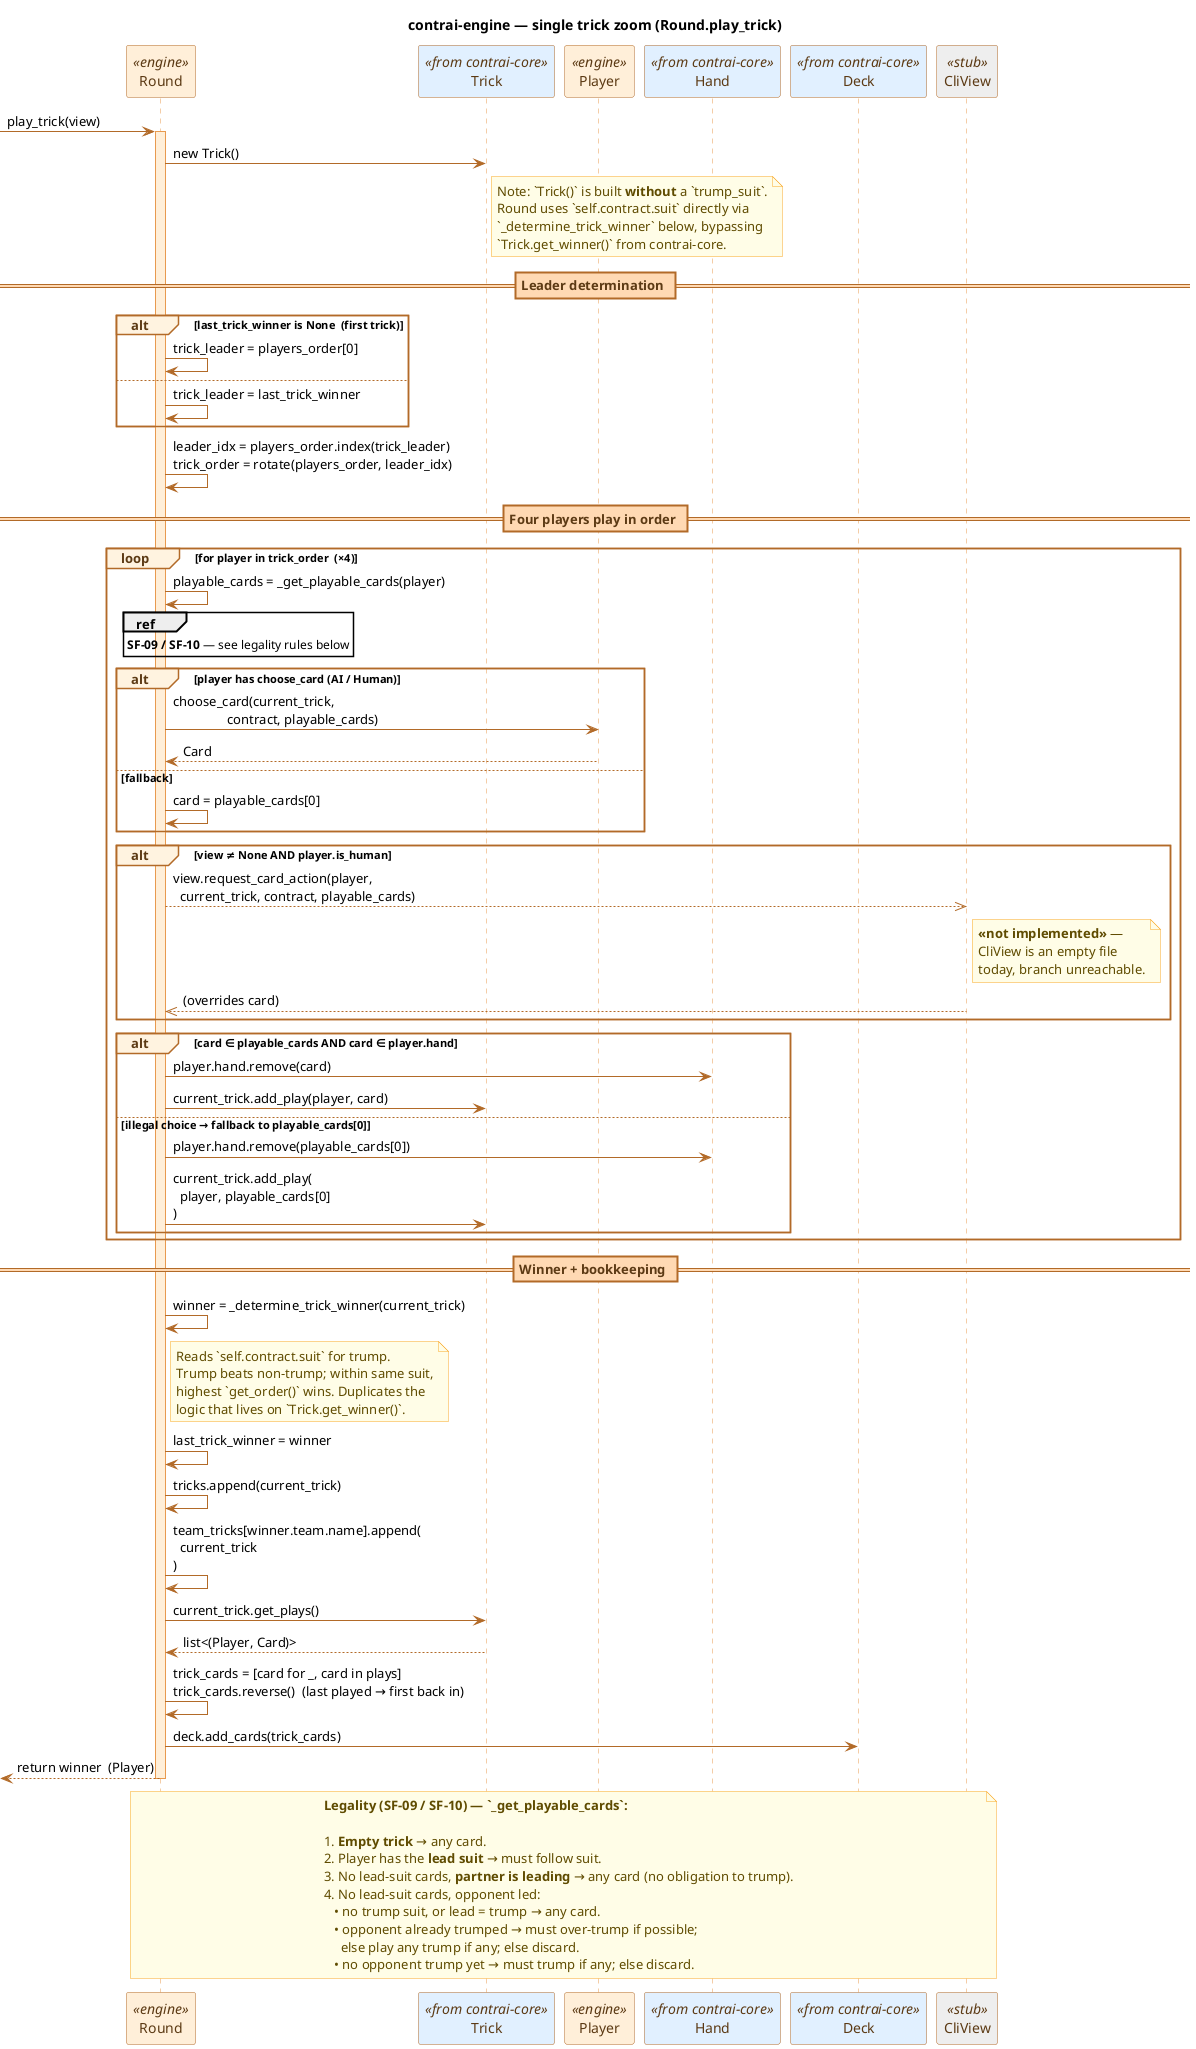
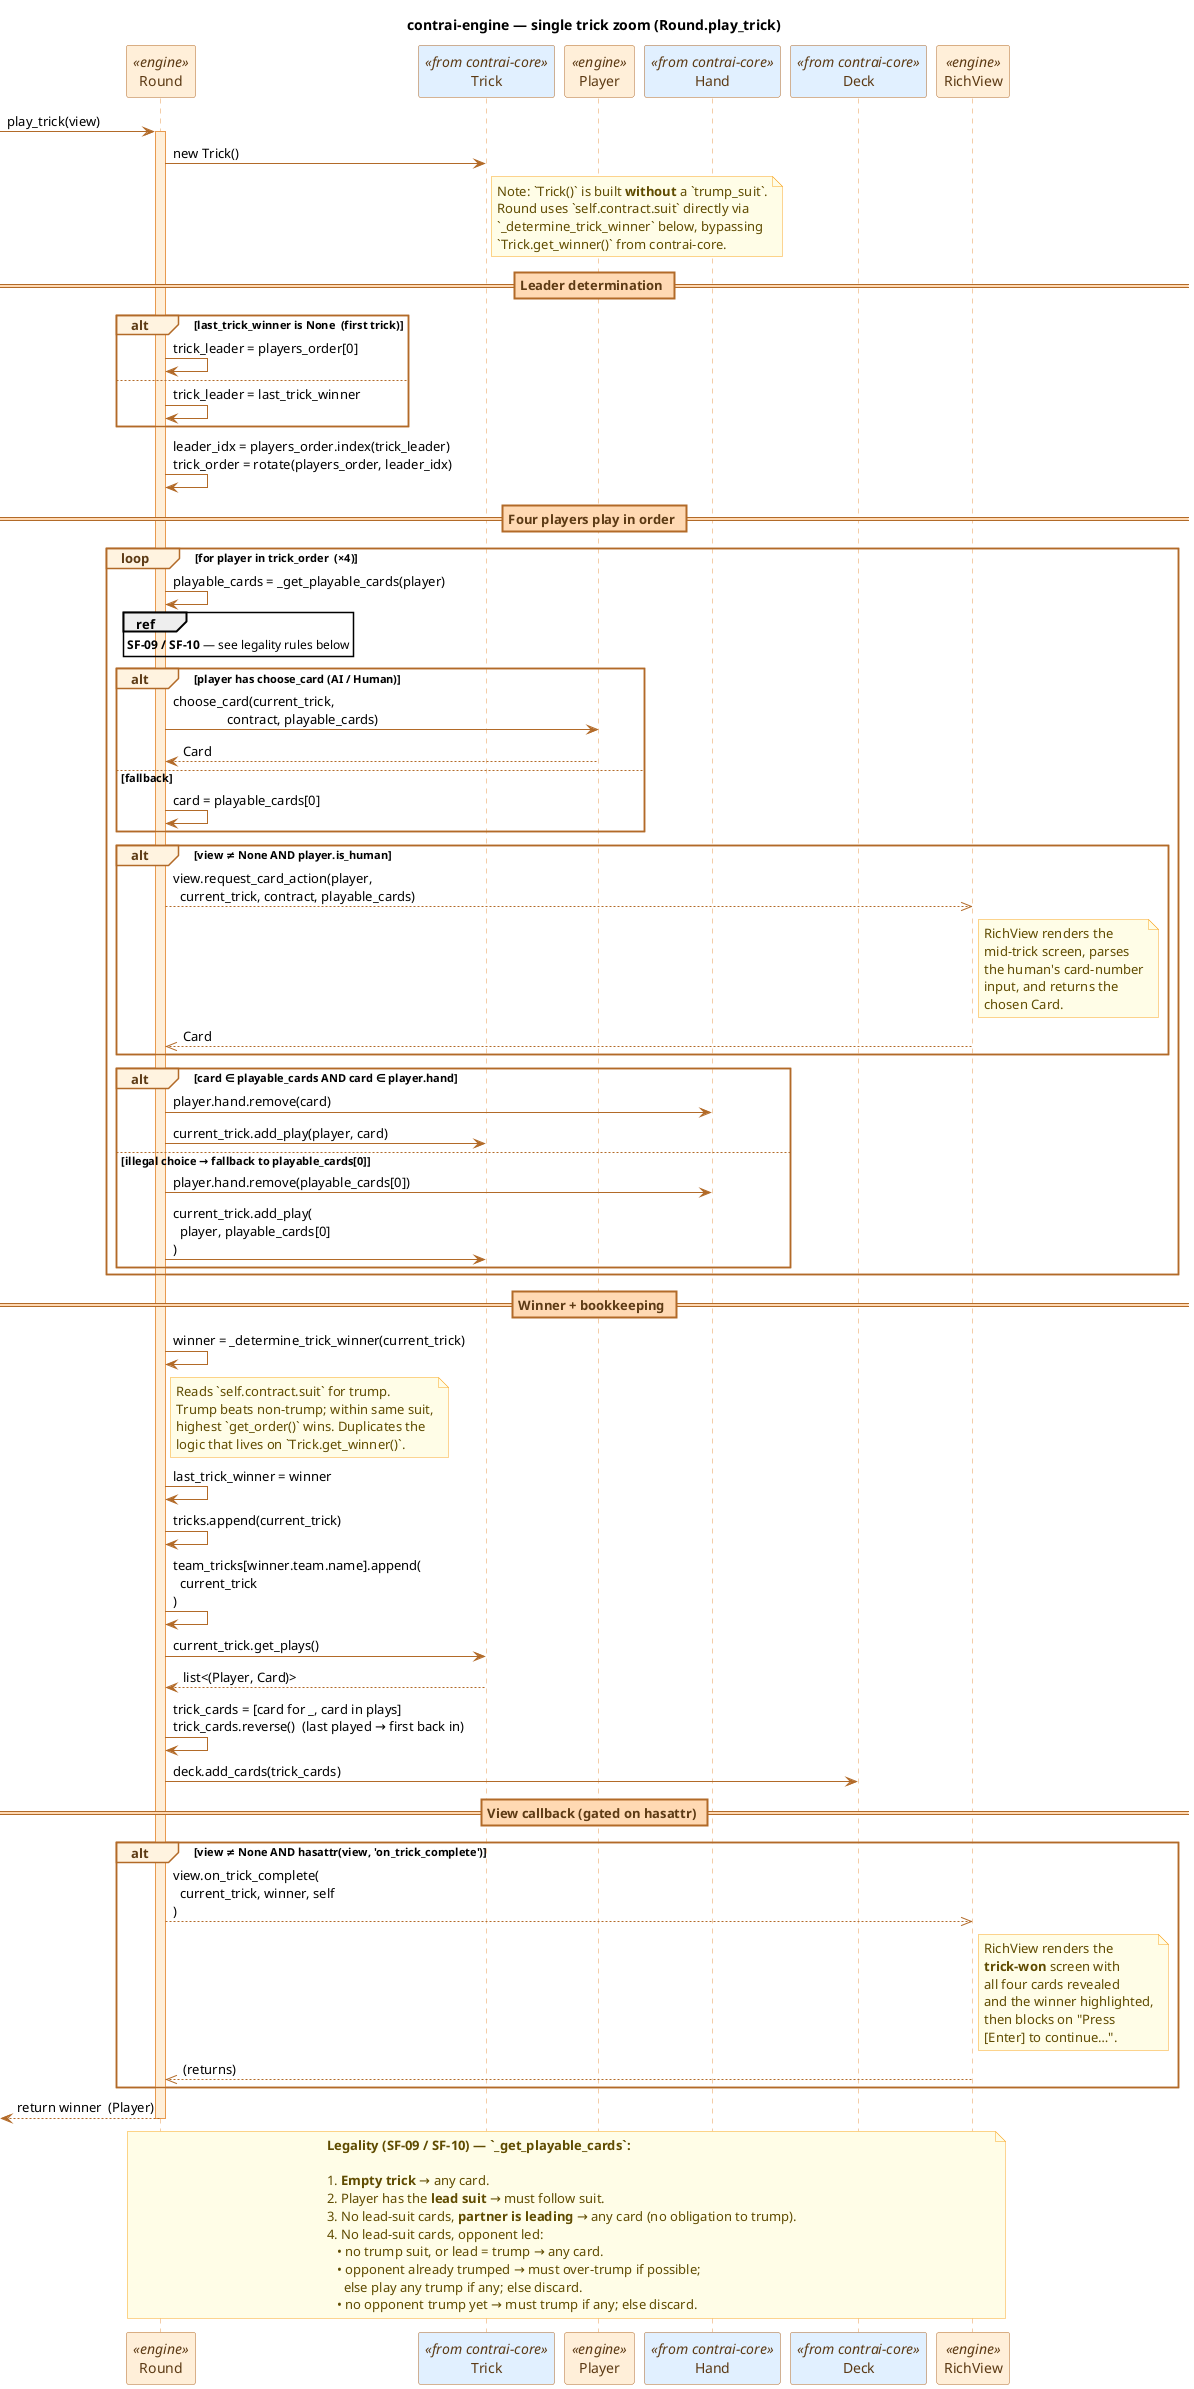
@startuml seq_trick
title contrai-engine — single trick zoom (Round.play_trick)

' --- Palette: engine orange, grey for stub paths, blue for core types ---
skinparam shadowing false
skinparam sequence {
    ArrowColor #B26A28
    LifeLineBorderColor #E89A4F
    LifeLineBackgroundColor #FFEFD9
    ParticipantBorderColor #B26A28
    ParticipantBackgroundColor #FFEFD9
    ParticipantFontColor #5C3A14
    ActorBorderColor #B26A28
    ActorBackgroundColor #FFEFD9
    ActorFontColor #5C3A14
    GroupBorderColor #B26A28
    GroupBackgroundColor #FFF3E0
    GroupHeaderFontColor #5C3A14
    BoxBorderColor #B26A28
    BoxBackgroundColor #FFF3E0
    DividerBorderColor #B26A28
    DividerBackgroundColor #FFD9B3
    DividerFontColor #5C3A14
}
skinparam note {
    BackgroundColor #FFFDE7
    BorderColor #F9A825
    FontColor #5F4B00
}

participant "Round" as R <<engine>>
participant "Trick" as T <<from contrai-core>> #E1F0FF
participant "Player" as P <<engine>>
participant "Hand" as H <<from contrai-core>> #E1F0FF
participant "Deck" as D <<from contrai-core>> #E1F0FF
- participant "CliView" as V <<stub>> #EEEEEE
+ participant "RichView" as V <<engine>>

[-> R : play_trick(view)
activate R

R -> T : new Trick()
note right of T
  Note: `Trick()` is built **without** a `trump_suit`.
  Round uses `self.contract.suit` directly via
  `_determine_trick_winner` below, bypassing
  `Trick.get_winner()` from contrai-core.
end note

== Leader determination ==

alt last_trick_winner is None  (first trick)
    R -> R : trick_leader = players_order[0]
else
    R -> R : trick_leader = last_trick_winner
end

R -> R : leader_idx = players_order.index(trick_leader)\ntrick_order = rotate(players_order, leader_idx)

== Four players play in order ==

loop **for player in trick_order**  (×4)

    R -> R : playable_cards = _get_playable_cards(player)

    ref over R : **SF-09 / SF-10** — see legality rules below

    alt player has choose_card (AI / Human)
        R -> P : choose_card(current_trick,\n                contract, playable_cards)
        P --> R : Card
    else fallback
        R -> R : card = playable_cards[0]
    end

    alt view ≠ None AND player.is_human
        R -->> V : view.request_card_action(player,\n  current_trick, contract, playable_cards)
        note right of V
-           **<<not implemented>>** —
-           CliView is an empty file
-           today, branch unreachable.
+           RichView renders the
+           mid-trick screen, parses
+           the human's card-number
+           input, and returns the
+           chosen Card.
        end note
-         V -->> R : (overrides card)
+         V -->> R : Card
    end

    alt card ∈ playable_cards AND card ∈ player.hand
        R -> H : player.hand.remove(card)
        R -> T : current_trick.add_play(player, card)
    else illegal choice → fallback to playable_cards[0]
        R -> H : player.hand.remove(playable_cards[0])
        R -> T : current_trick.add_play(\n  player, playable_cards[0]\n)
    end

end

== Winner + bookkeeping ==

R -> R : winner = _determine_trick_winner(current_trick)
note right of R
  Reads `self.contract.suit` for trump.
  Trump beats non-trump; within same suit,
  highest `get_order()` wins. Duplicates the
  logic that lives on `Trick.get_winner()`.
end note

R -> R : last_trick_winner = winner
R -> R : tricks.append(current_trick)
R -> R : team_tricks[winner.team.name].append(\n  current_trick\n)

R -> T : current_trick.get_plays()
T --> R : list<(Player, Card)>
R -> R : trick_cards = [card for _, card in plays]\ntrick_cards.reverse()  (last played → first back in)
R -> D : deck.add_cards(trick_cards)

+ == View callback (gated on hasattr) ==
+ 
+ alt view ≠ None AND hasattr(view, 'on_trick_complete')
+     R -->> V : view.on_trick_complete(\n  current_trick, winner, self\n)
+     note right of V
+       RichView renders the
+       **trick-won** screen with
+       all four cards revealed
+       and the winner highlighted,
+       then blocks on "Press
+       [Enter] to continue…".
+     end note
+     V -->> R : (returns)
+ end
+ 
[<-- R : return winner  (Player)
deactivate R

note over R, V
  **Legality (SF-09 / SF-10) — `_get_playable_cards`:**

  1. **Empty trick** → any card.
  2. Player has the **lead suit** → must follow suit.
  3. No lead-suit cards, **partner is leading** → any card (no obligation to trump).
  4. No lead-suit cards, opponent led:
     • no trump suit, or lead = trump → any card.
     • opponent already trumped → must over-trump if possible;
       else play any trump if any; else discard.
     • no opponent trump yet → must trump if any; else discard.
end note

@enduml
